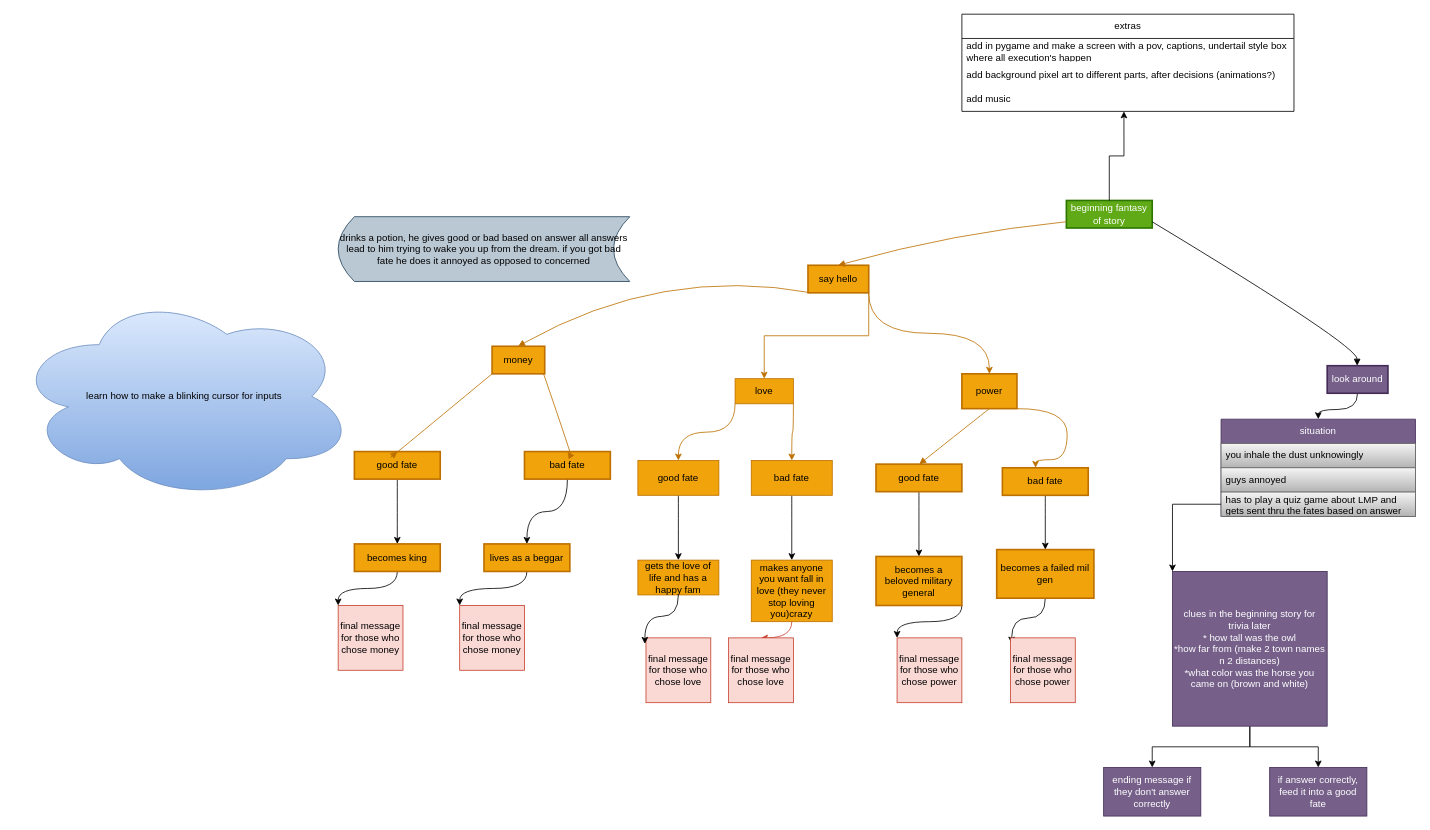
This is loosing_your_mind.drawio from MayaInspo/Python-Projects-, a draw.io file, before an edit. Source tidied: cells renumbered, new cells numbered last; positions are measured from the earlier drawing's top-left corner, leaving out a move shared by most shapes. Both pictures are drawn from the tidied source at 81%, with x=0, y=0 at pixel (14, 14).
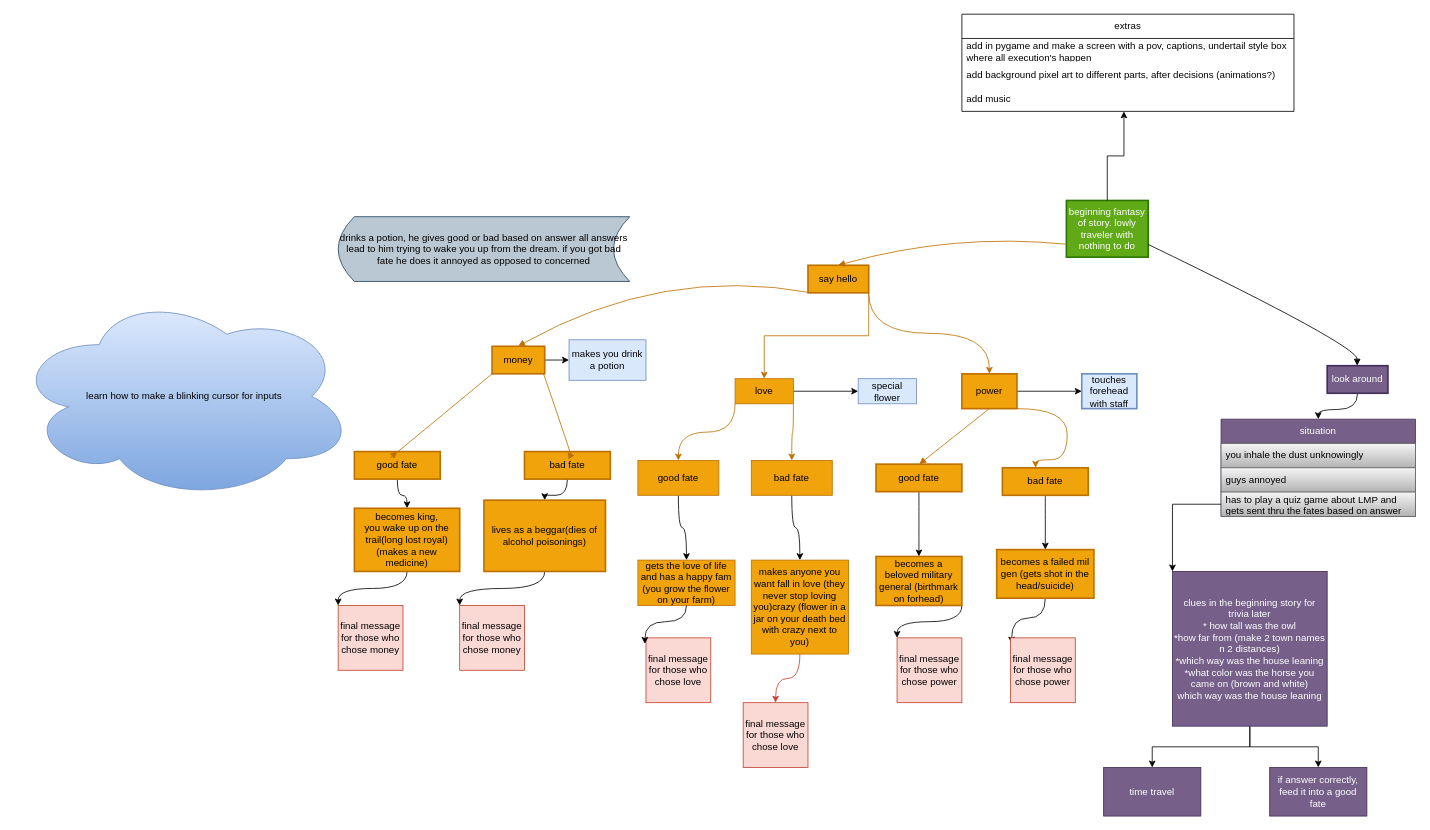
The same page after the edit.

Unchanged cells that the change refers to:
```xml
<mxCell id="7" value="money" style="whiteSpace=wrap;strokeWidth=2;fillColor=#f0a30a;strokeColor=#BD7000;fontColor=#000000;" parent="1" vertex="1">
  <mxGeometry x="590" y="410" width="65" height="34" as="geometry" />
</mxCell>
<mxCell id="9" value="power" style="whiteSpace=wrap;strokeWidth=2;fillColor=#f0a30a;strokeColor=#BD7000;fontColor=#000000;" parent="1" vertex="1">
  <mxGeometry x="1170" y="444" width="68" height="43" as="geometry" />
</mxCell>
<mxCell id="25" value="love" style="rounded=0;whiteSpace=wrap;html=1;fillColor=#f0a30a;strokeColor=#BD7000;fontColor=#000000;" parent="1" vertex="1">
  <mxGeometry x="890" y="450" width="72" height="31" as="geometry" />
</mxCell>
```

Change to the diagram source:
```diff
@@
-    <mxCell id="2" value="beginning fantasy of story" style="whiteSpace=wrap;strokeWidth=2;fillColor=#60a917;fontColor=#ffffff;strokeColor=#2D7600;" parent="1" vertex="1">
-      <mxGeometry x="1299" y="230" width="106" height="34" as="geometry" />
+    <mxCell id="2" value="beginning fantasy of story. lowly traveler with nothing to do" style="whiteSpace=wrap;strokeWidth=2;fillColor=#60a917;fontColor=#ffffff;strokeColor=#2D7600;" parent="1" vertex="1">
+      <mxGeometry x="1299" y="230" width="101" height="70" as="geometry" />
     </mxCell>
@@
+    <mxCell id="67" style="edgeStyle=orthogonalEdgeStyle;rounded=0;jettySize=auto;html=1;exitX=1;exitY=0.5;exitDx=0;exitDy=0;entryX=0;entryY=0.5;entryDx=0;entryDy=0;" parent="1" edge="1" source="7" target="70">
+      <mxGeometry relative="1" as="geometry" />
+    </mxCell>
@@
+    <mxCell id="68" style="edgeStyle=orthogonalEdgeStyle;rounded=0;jettySize=auto;html=1;" parent="1" edge="1" source="9" target="71">
+      <mxGeometry relative="1" as="geometry" />
+    </mxCell>
@@
+    <mxCell id="69" style="edgeStyle=orthogonalEdgeStyle;rounded=0;jettySize=auto;html=1;" parent="1" edge="1" source="25" target="72">
+      <mxGeometry relative="1" as="geometry" />
+    </mxCell>
@@
-    <mxCell id="33" value="becomes king" style="whiteSpace=wrap;strokeWidth=2;fillColor=#f0a30a;strokeColor=#BD7000;fontColor=#000000;" parent="1" vertex="1">
-      <mxGeometry x="420" y="654" width="106" height="34" as="geometry" />
+    <mxCell id="33" value="becomes king,&#10;you wake up on the trail(long lost royal)(makes a new medicine)" style="whiteSpace=wrap;strokeWidth=2;fillColor=#f0a30a;strokeColor=#BD7000;fontColor=#000000;" parent="1" vertex="1">
+      <mxGeometry x="420" y="610" width="130" height="78" as="geometry" />
     </mxCell>
@@
-    <mxCell id="35" value="lives as a beggar" style="whiteSpace=wrap;strokeWidth=2;fillColor=#f0a30a;strokeColor=#BD7000;fontColor=#000000;" parent="1" vertex="1">
-      <mxGeometry x="580" y="654" width="106" height="34" as="geometry" />
+    <mxCell id="35" value="lives as a beggar(dies of alcohol poisonings)" style="whiteSpace=wrap;strokeWidth=2;fillColor=#f0a30a;strokeColor=#BD7000;fontColor=#000000;" parent="1" vertex="1">
+      <mxGeometry x="580" y="600" width="150" height="88" as="geometry" />
     </mxCell>
-    <mxCell id="36" value="gets the love of life and has a happy fam" style="rounded=0;whiteSpace=wrap;html=1;fillColor=#f0a30a;fontColor=#000000;strokeColor=#BD7000;" parent="1" vertex="1">
-      <mxGeometry x="770" y="674" width="100" height="43" as="geometry" />
+    <mxCell id="36" value="gets the love of life and has a happy fam (you grow the flower on your farm)" style="rounded=0;whiteSpace=wrap;html=1;fillColor=#f0a30a;fontColor=#000000;strokeColor=#BD7000;" parent="1" vertex="1">
+      <mxGeometry x="770" y="674" width="120" height="56" as="geometry" />
     </mxCell>
-    <mxCell id="37" value="makes anyone you want fall in love (they never stop loving you)crazy" style="rounded=0;whiteSpace=wrap;html=1;fillColor=#f0a30a;fontColor=#000000;strokeColor=#BD7000;" parent="1" vertex="1">
-      <mxGeometry x="910" y="674" width="100" height="76" as="geometry" />
+    <mxCell id="37" value="makes anyone you want fall in love (they never stop loving you)crazy (flower in a jar on your death bed with crazy next to you)" style="rounded=0;whiteSpace=wrap;html=1;fillColor=#f0a30a;fontColor=#000000;strokeColor=#BD7000;" parent="1" vertex="1">
+      <mxGeometry x="910" y="674" width="120" height="116" as="geometry" />
     </mxCell>
@@
-    <mxCell id="39" value="becomes a beloved military general" style="whiteSpace=wrap;strokeWidth=2;fillColor=#f0a30a;strokeColor=#BD7000;fontColor=#000000;" parent="1" vertex="1">
+    <mxCell id="39" value="becomes a beloved military general (birthmark on forhead)" style="whiteSpace=wrap;strokeWidth=2;fillColor=#f0a30a;strokeColor=#BD7000;fontColor=#000000;" parent="1" vertex="1">
       <mxGeometry x="1064" y="669.5" width="106" height="60.5" as="geometry" />
     </mxCell>
@@
-    <mxCell id="41" value="becomes a failed mil gen" style="rounded=1;whiteSpace=wrap;html=1;fillColor=#f0a30a;strokeColor=#BD7000;fontColor=#000000;strokeWidth=2;arcSize=0;" parent="1" vertex="1">
+    <mxCell id="41" value="becomes a failed mil gen (gets shot in the head/suicide)" style="rounded=1;whiteSpace=wrap;html=1;fillColor=#f0a30a;strokeColor=#BD7000;fontColor=#000000;strokeWidth=2;arcSize=0;" parent="1" vertex="1">
       <mxGeometry x="1213" y="661" width="120" height="60" as="geometry" />
     </mxCell>
@@
-    <mxCell id="55" value="clues in the beginning story for trivia later&lt;div&gt;* how tall was the owl&lt;/div&gt;&lt;div&gt;*how far from (make 2 town names n 2 distances)&lt;/div&gt;&lt;div&gt;*what color was the horse you came on (brown and white)&lt;/div&gt;" style="whiteSpace=wrap;html=1;fillColor=#76608a;fontColor=#ffffff;strokeColor=#432D57;" parent="1" vertex="1">
+    <mxCell id="55" value="clues in the beginning story for trivia later&lt;div&gt;* how tall was the owl&lt;/div&gt;&lt;div&gt;*how far from (make 2 town names n 2 distances)&lt;/div&gt;&lt;div&gt;*which way was the house leaning&lt;/div&gt;&lt;div&gt;*what color was the horse you came on (brown and white)&lt;/div&gt;&lt;div&gt;which way was the house leaning&lt;/div&gt;" style="whiteSpace=wrap;html=1;fillColor=#76608a;fontColor=#ffffff;strokeColor=#432D57;" parent="1" vertex="1">
       <mxGeometry x="1430" y="688" width="191" height="191" as="geometry" />
     </mxCell>
@@
-    <mxCell id="62" value="ending message if they don't answer correctly" style="whiteSpace=wrap;html=1;fillColor=#76608a;strokeColor=#432D57;fontColor=#ffffff;" parent="1" vertex="1">
+    <mxCell id="62" value="time travel" style="whiteSpace=wrap;html=1;fillColor=#76608a;strokeColor=#432D57;fontColor=#ffffff;" parent="1" vertex="1">
       <mxGeometry x="1345" y="930" width="120" height="60" as="geometry" />
     </mxCell>
@@
     <mxCell id="64" value="final message for those who chose love" style="whiteSpace=wrap;html=1;fillColor=#fad9d5;strokeColor=#c6402f;" parent="1" vertex="1">
-      <mxGeometry x="882" y="770" width="80" height="80" as="geometry" />
+      <mxGeometry x="900" y="850" width="80" height="80" as="geometry" />
     </mxCell>
@@
+    <mxCell id="70" value="makes you drink a potion" style="whiteSpace=wrap;html=1;fillColor=#dae8fc;strokeColor=#6c8ebf;" parent="1" vertex="1">
+      <mxGeometry x="685" y="402" width="95" height="50" as="geometry" />
+    </mxCell>
+    <mxCell id="71" value="touches forehead with staff" style="whiteSpace=wrap;strokeWidth=2;fillColor=#dae8fc;strokeColor=#6c8ebf;" parent="1" vertex="1">
+      <mxGeometry x="1318" y="444" width="68" height="43" as="geometry" />
+    </mxCell>
+    <mxCell id="72" value="special flower" style="rounded=0;whiteSpace=wrap;html=1;fillColor=#dae8fc;strokeColor=#6c8ebf;" parent="1" vertex="1">
+      <mxGeometry x="1042" y="450" width="72" height="31" as="geometry" />
+    </mxCell>
```
